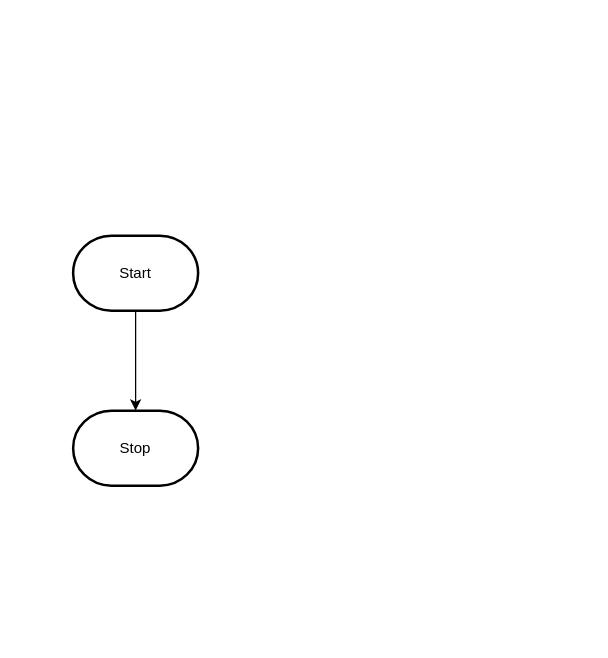
Earlier version of the draw.io diagram design/flowchart.drawio (MTHS-ICS2O-2-2022/ICS2O-Unit-3-03-lamees-hemdan). Source tidied: cells renumbered, new cells numbered last; positions are measured from the earlier drawing's top-left corner, leaving out a move shared by most shapes. Both pictures are drawn from the tidied source at 125%, with x=0, y=0 at pixel (72, 235).
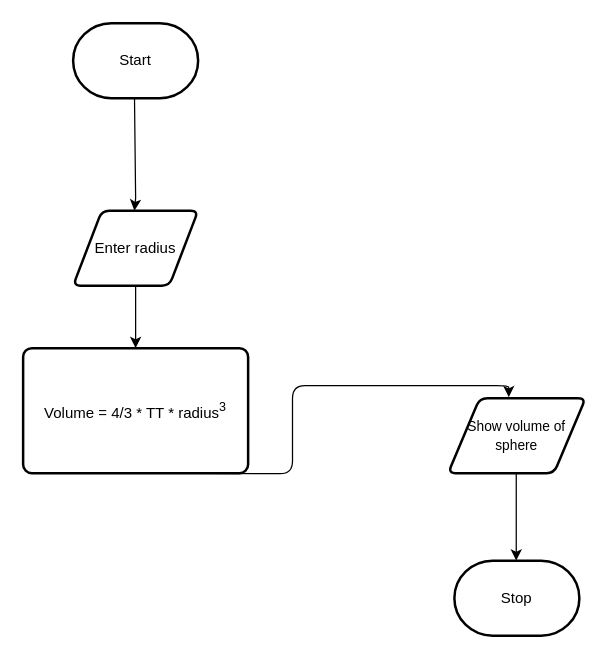
The same diagram, later.

What changed in the source:
```diff
@@
 <mxGraphModel>
   <root>
     <mxCell id="0" />
     <mxCell id="1" parent="0" />
-    <mxCell id="2" style="edgeStyle=orthogonalEdgeStyle;html=1;rounded=0;" parent="1" edge="1" source="3" target="4">
-      <mxGeometry relative="1" as="geometry" />
-    </mxCell>
     <mxCell id="3" value="Start" style="strokeWidth=2;html=1;shape=mxgraph.flowchart.terminator;whiteSpace=wrap;" parent="1" vertex="1">
-      <mxGeometry width="100" height="60" as="geometry" />
+      <mxGeometry y="-170" width="100" height="60" as="geometry" />
     </mxCell>
     <mxCell id="4" value="Stop" style="strokeWidth=2;html=1;shape=mxgraph.flowchart.terminator;whiteSpace=wrap;" parent="1" vertex="1">
-      <mxGeometry y="140" width="100" height="60" as="geometry" />
+      <mxGeometry x="305" y="260" width="100" height="60" as="geometry" />
     </mxCell>
+    <mxCell id="5" value="Enter radius" style="shape=parallelogram;html=1;strokeWidth=2;perimeter=parallelogramPerimeter;whiteSpace=wrap;rounded=1;arcSize=12;size=0.23;" parent="1" vertex="1">
+      <mxGeometry y="-20" width="100" height="60" as="geometry" />
+    </mxCell>
+    <mxCell id="6" style="endArrow=classic;html=1;rounded=0;" parent="1" edge="1">
+      <mxGeometry relative="1" as="geometry">
+        <mxPoint x="49.1" y="-110" as="sourcePoint" />
+        <mxPoint x="49" y="-20" as="targetPoint" />
+        <Array as="points">
+          <mxPoint x="50" y="-30" />
+        </Array>
+      </mxGeometry>
+    </mxCell>
+    <mxCell id="7" value="Volume = 4/3 * TT * radius&lt;sup&gt;3&lt;/sup&gt;" style="rounded=1;whiteSpace=wrap;html=1;absoluteArcSize=1;arcSize=14;strokeWidth=2;" parent="1" vertex="1">
+      <mxGeometry x="-40" y="90" width="180" height="100" as="geometry" />
+    </mxCell>
+    <mxCell id="8" style="endArrow=classic;html=1;rounded=1;entryX=0.5;entryY=0;entryDx=0;entryDy=0;exitX=0.5;exitY=1;exitDx=0;exitDy=0;edgeStyle=orthogonalEdgeStyle;" parent="1" edge="1" source="5" target="7">
+      <mxGeometry relative="1" as="geometry" />
+    </mxCell>
+    <mxCell id="9" value="&lt;font style=&quot;font-size: 11px;&quot;&gt;Show volume of sphere&lt;/font&gt;" style="shape=parallelogram;html=1;strokeWidth=2;perimeter=parallelogramPerimeter;whiteSpace=wrap;rounded=1;arcSize=12;size=0.23;" parent="1" vertex="1">
+      <mxGeometry x="300" y="130" width="110" height="60" as="geometry" />
+    </mxCell>
+    <mxCell id="10" style="endArrow=classic;html=1;rounded=1;fontSize=11;entryX=0.441;entryY=-0.013;entryDx=0;entryDy=0;entryPerimeter=0;edgeStyle=orthogonalEdgeStyle;" parent="1" edge="1" target="9">
+      <mxGeometry relative="1" as="geometry">
+        <mxPoint x="50" y="190" as="sourcePoint" />
+      </mxGeometry>
+    </mxCell>
+    <mxCell id="11" style="endArrow=classic;html=1;rounded=1;fontSize=11;edgeStyle=orthogonalEdgeStyle;" parent="1" edge="1">
+      <mxGeometry relative="1" as="geometry">
+        <mxPoint x="354.5" y="190" as="sourcePoint" />
+        <mxPoint x="354.5" y="260" as="targetPoint" />
+      </mxGeometry>
+    </mxCell>
   </root>
 </mxGraphModel>
```
